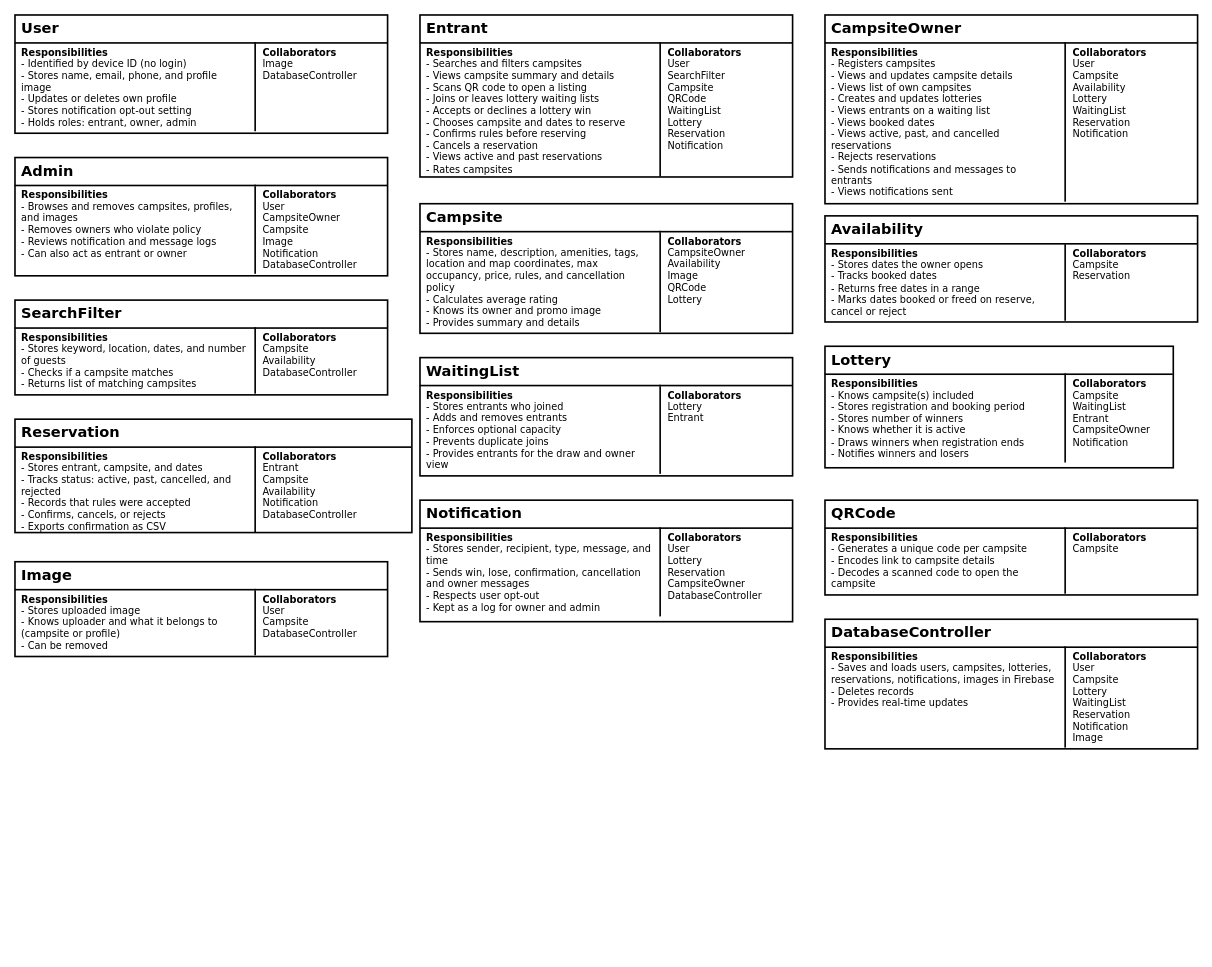
Earlier version of the draw.io diagram docs/CRC_cards.drawio (CMPUT301F26clasic/Clasic-events). Source tidied: cells renumbered, new cells numbered last; positions are measured from the earlier drawing's top-left corner, leaving out a move shared by most shapes. Both pictures are drawn from the tidied source at 81%, with x=0, y=0 at pixel (15, 15).
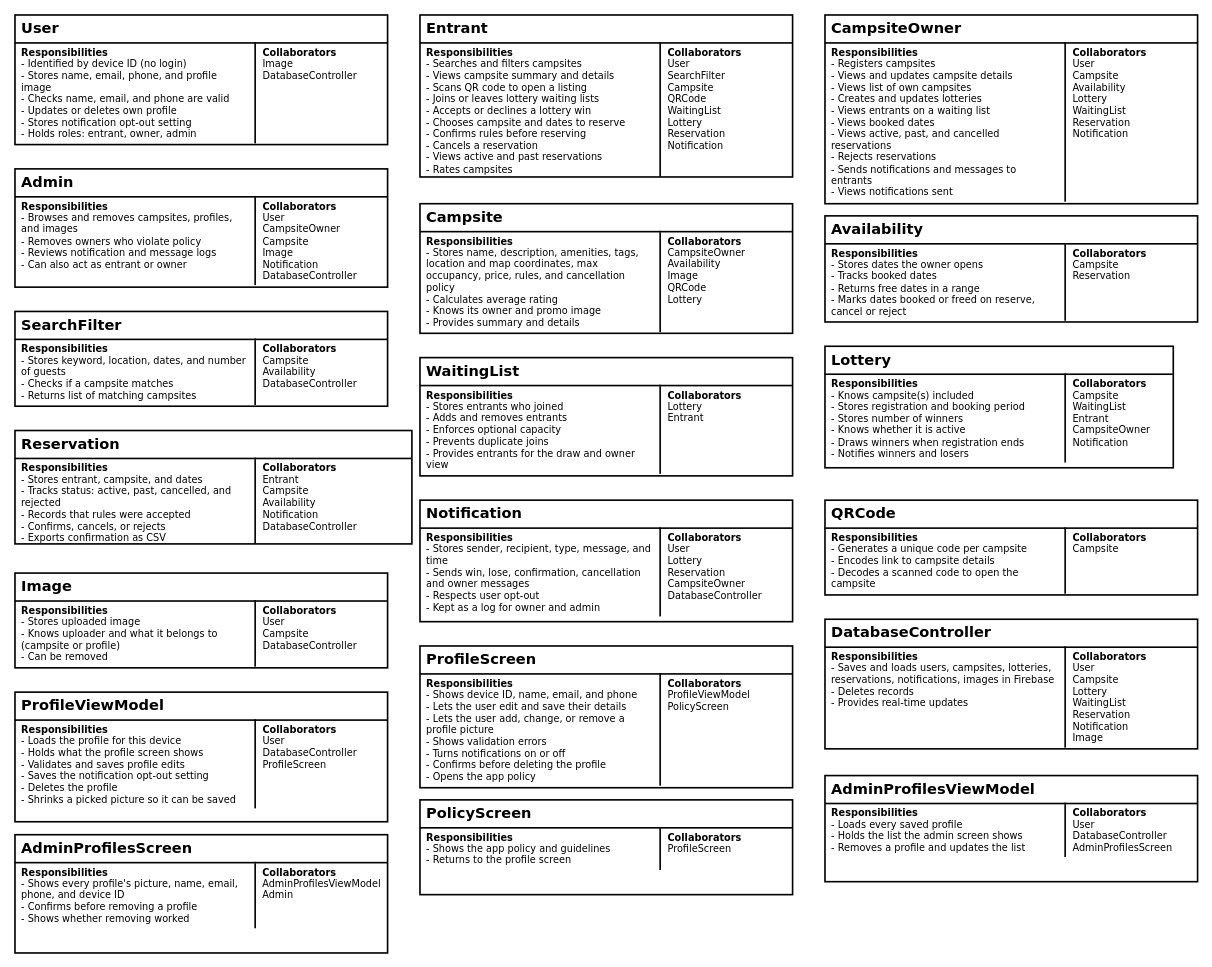
The same diagram, later.

Commit message (it also covers changes not shown here):
Added admin browse and remove profiles, profile pictures, and updated CRC cards

What changed in the source:
```diff
@@
-    <mxCell id="2" value="&lt;table style=&quot;width:100%;border-collapse:collapse;font-family:Verdana;font-size:12px;line-height:1.2;&quot;&gt;&lt;tbody&gt;&lt;tr&gt;&lt;td colspan=&quot;2&quot; style=&quot;border-bottom: 2px solid rgb(0, 0, 0); padding: 6px 8px; font-size: 18px;&quot;&gt;&lt;b&gt;User&lt;/b&gt;&lt;/td&gt;&lt;/tr&gt;&lt;tr&gt;&lt;td style=&quot;width: 280px; border-right: 2px solid rgb(0, 0, 0); padding: 4px 8px; vertical-align: top;&quot;&gt;&lt;b&gt;Responsibilities&lt;/b&gt;&lt;br&gt;- Identified by device ID (no login)&lt;br&gt;- Stores name, email, phone, and profile image&lt;br&gt;- Updates or deletes own profile&lt;br&gt;- Stores notification opt-out setting&lt;br&gt;- Holds roles: entrant, owner, admin&lt;/td&gt;&lt;td style=&quot;padding:4px 8px;vertical-align:top;&quot;&gt;&lt;b&gt;Collaborators&lt;/b&gt;&lt;br&gt;Image&lt;br&gt;DatabaseController&lt;/td&gt;&lt;/tr&gt;&lt;/tbody&gt;&lt;/table&gt;" style="text;html=1;whiteSpace=wrap;overflow=fill;strokeColor=#000000;strokeWidth=2;fillColor=#FFFFFF;align=left;verticalAlign=top;spacing=0;fontFamily=Verdana;fontSize=12;" parent="1" vertex="1">
-      <mxGeometry width="460" height="146" as="geometry" />
+    <mxCell id="2" value="&lt;table style=&quot;width:100%;border-collapse:collapse;font-family:Verdana;font-size:12px;line-height:1.2;&quot;&gt;&lt;tr&gt;&lt;td colspan=&quot;2&quot; style=&quot;border-bottom:2px solid #000;padding:6px 8px;font-size:18px;&quot;&gt;&lt;b&gt;User&lt;/b&gt;&lt;/td&gt;&lt;/tr&gt;&lt;tr&gt;&lt;td style=&quot;width:280px;border-right:2px solid #000;padding:4px 8px;vertical-align:top;&quot;&gt;&lt;b&gt;Responsibilities&lt;/b&gt;&lt;br&gt;- Identified by device ID (no login)&lt;br&gt;- Stores name, email, phone, and profile image&lt;br&gt;- Checks name, email, and phone are valid&lt;br&gt;- Updates or deletes own profile&lt;br&gt;- Stores notification opt-out setting&lt;br&gt;- Holds roles: entrant, owner, admin&lt;/td&gt;&lt;td style=&quot;padding:4px 8px;vertical-align:top;&quot;&gt;&lt;b&gt;Collaborators&lt;/b&gt;&lt;br&gt;Image&lt;br&gt;DatabaseController&lt;/td&gt;&lt;/tr&gt;&lt;/table&gt;" style="text;html=1;whiteSpace=wrap;overflow=fill;strokeColor=#000000;strokeWidth=2;fillColor=#FFFFFF;align=left;verticalAlign=top;spacing=0;fontFamily=Verdana;fontSize=12;" parent="1" vertex="1">
+      <mxGeometry width="460" height="160" as="geometry" />
     </mxCell>
@@
     <mxCell id="5" value="&lt;table style=&quot;width:100%;border-collapse:collapse;font-family:Verdana;font-size:12px;line-height:1.2;&quot;&gt;&lt;tbody&gt;&lt;tr&gt;&lt;td colspan=&quot;2&quot; style=&quot;border-bottom: 2px solid rgb(0, 0, 0); padding: 6px 8px; font-size: 18px;&quot;&gt;&lt;b&gt;Admin&lt;/b&gt;&lt;/td&gt;&lt;/tr&gt;&lt;tr&gt;&lt;td style=&quot;width: 280px; border-right: 2px solid rgb(0, 0, 0); padding: 4px 8px; vertical-align: top;&quot;&gt;&lt;b&gt;Responsibilities&lt;/b&gt;&lt;br&gt;- Browses and removes campsites,&amp;nbsp;profiles, and images&lt;br&gt;- Removes owners who violate policy&lt;br&gt;- Reviews notification and message logs&lt;br&gt;- Can also act as entrant or owner&lt;/td&gt;&lt;td style=&quot;padding:4px 8px;vertical-align:top;&quot;&gt;&lt;b&gt;Collaborators&lt;/b&gt;&lt;br&gt;User&lt;br&gt;CampsiteOwner&lt;br&gt;Campsite&lt;br&gt;Image&lt;br&gt;Notification&lt;br&gt;DatabaseController&lt;/td&gt;&lt;/tr&gt;&lt;/tbody&gt;&lt;/table&gt;" style="text;html=1;whiteSpace=wrap;overflow=fill;strokeColor=#000000;strokeWidth=2;fillColor=#FFFFFF;align=left;verticalAlign=top;spacing=0;fontFamily=Verdana;fontSize=12;" parent="1" vertex="1">
-      <mxGeometry y="176" width="460" height="146" as="geometry" />
+      <mxGeometry y="190" width="460" height="146" as="geometry" />
     </mxCell>
@@
     <mxCell id="8" value="&lt;table style=&quot;width:100%;border-collapse:collapse;font-family:Verdana;font-size:12px;line-height:1.2;&quot;&gt;&lt;tbody&gt;&lt;tr&gt;&lt;td colspan=&quot;2&quot; style=&quot;border-bottom: 2px solid rgb(0, 0, 0); padding: 6px 8px; font-size: 18px;&quot;&gt;&lt;b&gt;SearchFilter&lt;/b&gt;&lt;/td&gt;&lt;/tr&gt;&lt;tr&gt;&lt;td style=&quot;width: 280px; border-right: 2px solid rgb(0, 0, 0); padding: 4px 8px; vertical-align: top;&quot;&gt;&lt;b&gt;Responsibilities&lt;/b&gt;&lt;br&gt;- Stores keyword, location, dates, and number of guests&lt;br&gt;- Checks if a campsite matches&lt;br&gt;- Returns list of matching campsites&lt;/td&gt;&lt;td style=&quot;padding:4px 8px;vertical-align:top;&quot;&gt;&lt;b&gt;Collaborators&lt;/b&gt;&lt;br&gt;Campsite&lt;br&gt;Availability&lt;br&gt;DatabaseController&lt;/td&gt;&lt;/tr&gt;&lt;/tbody&gt;&lt;/table&gt;" style="text;html=1;whiteSpace=wrap;overflow=fill;strokeColor=#000000;strokeWidth=2;fillColor=#FFFFFF;align=left;verticalAlign=top;spacing=0;fontFamily=Verdana;fontSize=12;" parent="1" vertex="1">
-      <mxGeometry y="352" width="460" height="117" as="geometry" />
+      <mxGeometry y="366" width="460" height="117" as="geometry" />
     </mxCell>
@@
     <mxCell id="11" value="&lt;table style=&quot;width:100%;border-collapse:collapse;font-family:Verdana;font-size:12px;line-height:1.2;&quot;&gt;&lt;tbody&gt;&lt;tr&gt;&lt;td colspan=&quot;2&quot; style=&quot;border-bottom: 2px solid rgb(0, 0, 0); padding: 6px 8px; font-size: 18px;&quot;&gt;&lt;b&gt;Reservation&lt;/b&gt;&lt;/td&gt;&lt;/tr&gt;&lt;tr&gt;&lt;td style=&quot;width: 280px; border-right: 2px solid rgb(0, 0, 0); padding: 4px 8px; vertical-align: top;&quot;&gt;&lt;b&gt;Responsibilities&lt;/b&gt;&lt;br&gt;- Stores entrant, campsite, and dates&lt;br&gt;- Tracks status: active, past, cancelled, and rejected&lt;br&gt;- Records that rules were accepted&lt;br&gt;- Confirms, cancels, or rejects&lt;br&gt;- Exports confirmation as CSV&lt;/td&gt;&lt;td style=&quot;padding:4px 8px;vertical-align:top;&quot;&gt;&lt;b&gt;Collaborators&lt;/b&gt;&lt;br&gt;Entrant&lt;br&gt;Campsite&lt;br&gt;Availability&lt;br&gt;Notification&lt;br&gt;DatabaseController&lt;/td&gt;&lt;/tr&gt;&lt;/tbody&gt;&lt;/table&gt;" style="text;html=1;whiteSpace=wrap;overflow=fill;strokeColor=#000000;strokeWidth=2;fillColor=#FFFFFF;align=left;verticalAlign=top;spacing=0;fontFamily=Verdana;fontSize=12;" parent="1" vertex="1">
-      <mxGeometry y="499" width="490" height="140" as="geometry" />
+      <mxGeometry y="513" width="490" height="140" as="geometry" />
     </mxCell>
@@
     <mxCell id="14" value="&lt;table style=&quot;width:100%;border-collapse:collapse;font-family:Verdana;font-size:12px;line-height:1.2;&quot;&gt;&lt;tr&gt;&lt;td colspan=&quot;2&quot; style=&quot;border-bottom:2px solid #000;padding:6px 8px;font-size:18px;&quot;&gt;&lt;b&gt;Image&lt;/b&gt;&lt;/td&gt;&lt;/tr&gt;&lt;tr&gt;&lt;td style=&quot;width:280px;border-right:2px solid #000;padding:4px 8px;vertical-align:top;&quot;&gt;&lt;b&gt;Responsibilities&lt;/b&gt;&lt;br&gt;- Stores uploaded image&lt;br&gt;- Knows uploader and what it belongs to (campsite or profile)&lt;br&gt;- Can be removed&lt;/td&gt;&lt;td style=&quot;padding:4px 8px;vertical-align:top;&quot;&gt;&lt;b&gt;Collaborators&lt;/b&gt;&lt;br&gt;User&lt;br&gt;Campsite&lt;br&gt;DatabaseController&lt;/td&gt;&lt;/tr&gt;&lt;/table&gt;" style="text;html=1;whiteSpace=wrap;overflow=fill;strokeColor=#000000;strokeWidth=2;fillColor=#FFFFFF;align=left;verticalAlign=top;spacing=0;fontFamily=Verdana;fontSize=12;" parent="1" vertex="1">
-      <mxGeometry y="675" width="460" height="117" as="geometry" />
+      <mxGeometry y="689" width="460" height="117" as="geometry" />
     </mxCell>
@@
+    <mxCell id="16" value="&lt;table style=&quot;width:100%;border-collapse:collapse;font-family:Verdana;font-size:12px;line-height:1.2;&quot;&gt;&lt;tr&gt;&lt;td colspan=&quot;2&quot; style=&quot;border-bottom:2px solid #000;padding:6px 8px;font-size:18px;&quot;&gt;&lt;b&gt;ProfileViewModel&lt;/b&gt;&lt;/td&gt;&lt;/tr&gt;&lt;tr&gt;&lt;td style=&quot;width:280px;border-right:2px solid #000;padding:4px 8px;vertical-align:top;&quot;&gt;&lt;b&gt;Responsibilities&lt;/b&gt;&lt;br&gt;- Loads the profile for this device&lt;br&gt;- Holds what the profile screen shows&lt;br&gt;- Validates and saves profile edits&lt;br&gt;- Saves the notification opt-out setting&lt;br&gt;- Deletes the profile&lt;br&gt;- Shrinks a picked picture so it can be saved&lt;/td&gt;&lt;td style=&quot;padding:4px 8px;vertical-align:top;&quot;&gt;&lt;b&gt;Collaborators&lt;/b&gt;&lt;br&gt;User&lt;br&gt;DatabaseController&lt;br&gt;ProfileScreen&lt;/td&gt;&lt;/tr&gt;&lt;/table&gt;" style="text;html=1;whiteSpace=wrap;overflow=fill;strokeColor=#000000;strokeWidth=2;fillColor=#FFFFFF;align=left;verticalAlign=top;spacing=0;fontFamily=Verdana;fontSize=12;" parent="1" vertex="1">
+      <mxGeometry y="836" width="460" height="160" as="geometry" />
+    </mxCell>
+    <mxCell id="17" value="&lt;table style=&quot;width:100%;border-collapse:collapse;font-family:Verdana;font-size:12px;line-height:1.2;&quot;&gt;&lt;tr&gt;&lt;td colspan=&quot;2&quot; style=&quot;border-bottom:2px solid #000;padding:6px 8px;font-size:18px;&quot;&gt;&lt;b&gt;ProfileScreen&lt;/b&gt;&lt;/td&gt;&lt;/tr&gt;&lt;tr&gt;&lt;td style=&quot;width:280px;border-right:2px solid #000;padding:4px 8px;vertical-align:top;&quot;&gt;&lt;b&gt;Responsibilities&lt;/b&gt;&lt;br&gt;- Shows device ID, name, email, and phone&lt;br&gt;- Lets the user edit and save their details&lt;br&gt;- Lets the user add, change, or remove a profile picture&lt;br&gt;- Shows validation errors&lt;br&gt;- Turns notifications on or off&lt;br&gt;- Confirms before deleting the profile&lt;br&gt;- Opens the app policy&lt;/td&gt;&lt;td style=&quot;padding:4px 8px;vertical-align:top;&quot;&gt;&lt;b&gt;Collaborators&lt;/b&gt;&lt;br&gt;ProfileViewModel&lt;br&gt;PolicyScreen&lt;/td&gt;&lt;/tr&gt;&lt;/table&gt;" style="text;html=1;whiteSpace=wrap;overflow=fill;strokeColor=#000000;strokeWidth=2;fillColor=#FFFFFF;align=left;verticalAlign=top;spacing=0;fontFamily=Verdana;fontSize=12;" parent="1" vertex="1">
+      <mxGeometry x="500" y="779" width="460" height="175" as="geometry" />
+    </mxCell>
+    <mxCell id="18" value="&lt;table style=&quot;width:100%;border-collapse:collapse;font-family:Verdana;font-size:12px;line-height:1.2;&quot;&gt;&lt;tr&gt;&lt;td colspan=&quot;2&quot; style=&quot;border-bottom:2px solid #000;padding:6px 8px;font-size:18px;&quot;&gt;&lt;b&gt;PolicyScreen&lt;/b&gt;&lt;/td&gt;&lt;/tr&gt;&lt;tr&gt;&lt;td style=&quot;width:280px;border-right:2px solid #000;padding:4px 8px;vertical-align:top;&quot;&gt;&lt;b&gt;Responsibilities&lt;/b&gt;&lt;br&gt;- Shows the app policy and guidelines&lt;br&gt;- Returns to the profile screen&lt;/td&gt;&lt;td style=&quot;padding:4px 8px;vertical-align:top;&quot;&gt;&lt;b&gt;Collaborators&lt;/b&gt;&lt;br&gt;ProfileScreen&lt;/td&gt;&lt;/tr&gt;&lt;/table&gt;" style="text;html=1;whiteSpace=wrap;overflow=fill;strokeColor=#000000;strokeWidth=2;fillColor=#FFFFFF;align=left;verticalAlign=top;spacing=0;fontFamily=Verdana;fontSize=12;" parent="1" vertex="1">
+      <mxGeometry x="500" y="969" width="460" height="117" as="geometry" />
+    </mxCell>
+    <mxCell id="19" value="&lt;table style=&quot;width:100%;border-collapse:collapse;font-family:Verdana;font-size:12px;line-height:1.2;&quot;&gt;&lt;tr&gt;&lt;td colspan=&quot;2&quot; style=&quot;border-bottom:2px solid #000;padding:6px 8px;font-size:18px;&quot;&gt;&lt;b&gt;AdminProfilesViewModel&lt;/b&gt;&lt;/td&gt;&lt;/tr&gt;&lt;tr&gt;&lt;td style=&quot;width:280px;border-right:2px solid #000;padding:4px 8px;vertical-align:top;&quot;&gt;&lt;b&gt;Responsibilities&lt;/b&gt;&lt;br&gt;- Loads every saved profile&lt;br&gt;- Holds the list the admin screen shows&lt;br&gt;- Removes a profile and updates the list&lt;/td&gt;&lt;td style=&quot;padding:4px 8px;vertical-align:top;&quot;&gt;&lt;b&gt;Collaborators&lt;/b&gt;&lt;br&gt;User&lt;br&gt;DatabaseController&lt;br&gt;AdminProfilesScreen&lt;/td&gt;&lt;/tr&gt;&lt;/table&gt;" style="text;html=1;whiteSpace=wrap;overflow=fill;strokeColor=#000000;strokeWidth=2;fillColor=#FFFFFF;align=left;verticalAlign=top;spacing=0;fontFamily=Verdana;fontSize=12;" parent="1" vertex="1">
+      <mxGeometry x="1000" y="939" width="460" height="131" as="geometry" />
+    </mxCell>
+    <mxCell id="20" value="&lt;table style=&quot;width:100%;border-collapse:collapse;font-family:Verdana;font-size:12px;line-height:1.2;&quot;&gt;&lt;tr&gt;&lt;td colspan=&quot;2&quot; style=&quot;border-bottom:2px solid #000;padding:6px 8px;font-size:18px;&quot;&gt;&lt;b&gt;AdminProfilesScreen&lt;/b&gt;&lt;/td&gt;&lt;/tr&gt;&lt;tr&gt;&lt;td style=&quot;width:280px;border-right:2px solid #000;padding:4px 8px;vertical-align:top;&quot;&gt;&lt;b&gt;Responsibilities&lt;/b&gt;&lt;br&gt;- Shows every profile's picture, name, email, phone, and device ID&lt;br&gt;- Confirms before removing a profile&lt;br&gt;- Shows whether removing worked&lt;/td&gt;&lt;td style=&quot;padding:4px 8px;vertical-align:top;&quot;&gt;&lt;b&gt;Collaborators&lt;/b&gt;&lt;br&gt;AdminProfilesViewModel&lt;br&gt;Admin&lt;/td&gt;&lt;/tr&gt;&lt;/table&gt;" style="text;html=1;whiteSpace=wrap;overflow=fill;strokeColor=#000000;strokeWidth=2;fillColor=#FFFFFF;align=left;verticalAlign=top;spacing=0;fontFamily=Verdana;fontSize=12;" parent="1" vertex="1">
+      <mxGeometry y="1012" width="460" height="146" as="geometry" />
+    </mxCell>
```
